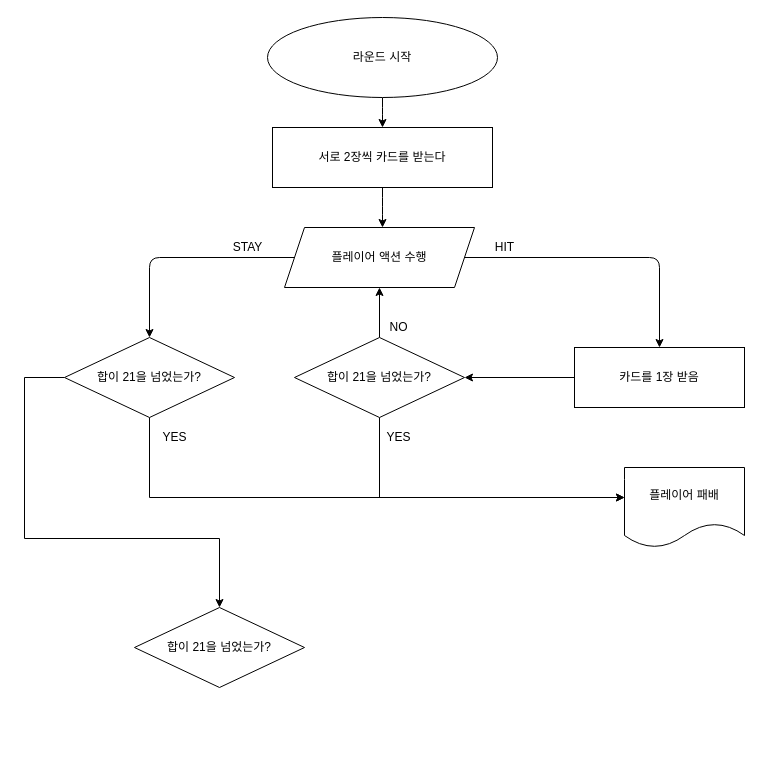
lchj333/CreateTest keeps this draw.io diagram as Untitled Diagram.drawio. Above is the earlier version. Source tidied: cells renumbered, new cells numbered last; positions are measured from the earlier drawing's top-left corner, leaving out a move shared by most shapes. Both pictures are drawn from the tidied source at 100%, with x=0, y=0 at pixel (24, 17).
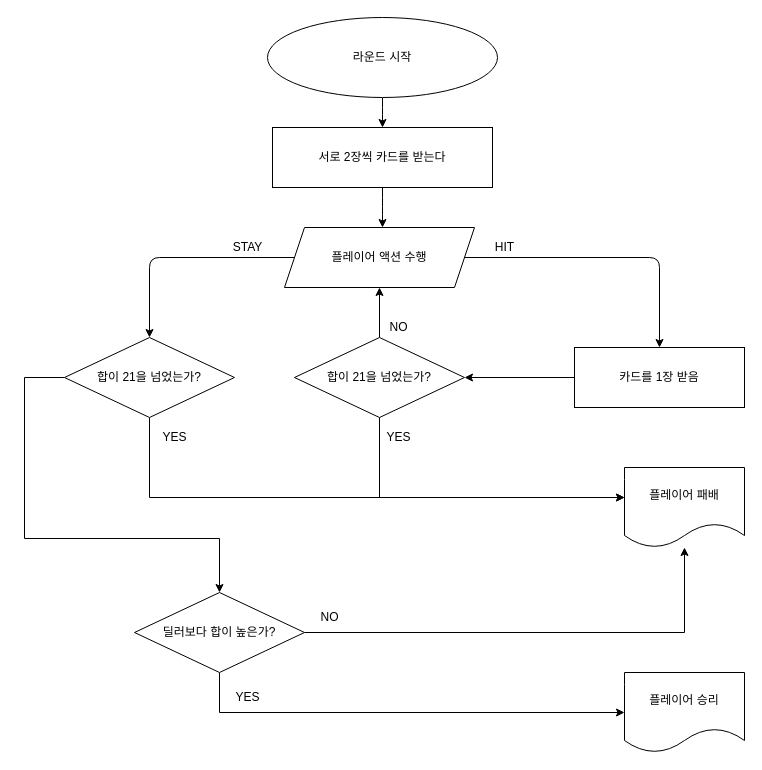
After the change.

Unchanged cells that the change refers to:
```xml
<mxCell id="17" value="플레이어 패배" style="shape=document;whiteSpace=wrap;html=1;boundedLbl=1;rounded=0;sketch=0;" parent="1" vertex="1">
  <mxGeometry x="600" y="450" width="120" height="80" as="geometry" />
</mxCell>
```

Change to the diagram source:
```diff
@@
+    <mxCell id="24" style="edgeStyle=orthogonalEdgeStyle;rounded=0;jettySize=auto;html=1;" parent="1" edge="1" source="23" target="26">
+      <mxGeometry relative="1" as="geometry">
+        <Array as="points">
+          <mxPoint x="195" y="695" />
+        </Array>
+      </mxGeometry>
+    </mxCell>
+    <mxCell id="25" style="edgeStyle=orthogonalEdgeStyle;rounded=0;jettySize=auto;html=1;" parent="1" edge="1" source="23" target="17">
+      <mxGeometry relative="1" as="geometry" />
+    </mxCell>
-    <mxCell id="23" value="합이 21을 넘었는가?" style="rhombus;whiteSpace=wrap;html=1;rounded=0;sketch=0;" parent="1" vertex="1">
-      <mxGeometry x="110" y="590" width="170" height="80" as="geometry" />
+    <mxCell id="23" value="딜러보다 합이 높은가?" style="rhombus;whiteSpace=wrap;html=1;rounded=0;sketch=0;" parent="1" vertex="1">
+      <mxGeometry x="110" y="575" width="170" height="80" as="geometry" />
     </mxCell>
+    <mxCell id="26" value="플레이어 승리" style="shape=document;whiteSpace=wrap;html=1;boundedLbl=1;rounded=0;sketch=0;" parent="1" vertex="1">
+      <mxGeometry x="600" y="655" width="120" height="80" as="geometry" />
+    </mxCell>
+    <mxCell id="27" value="NO" style="text;html=1;align=center;verticalAlign=middle;" parent="1" vertex="1">
+      <mxGeometry x="290" y="590" width="30" height="20" as="geometry" />
+    </mxCell>
+    <mxCell id="28" value="YES" style="text;html=1;align=center;verticalAlign=middle;" parent="1" vertex="1">
+      <mxGeometry x="203" y="670" width="40" height="20" as="geometry" />
+    </mxCell>
```
